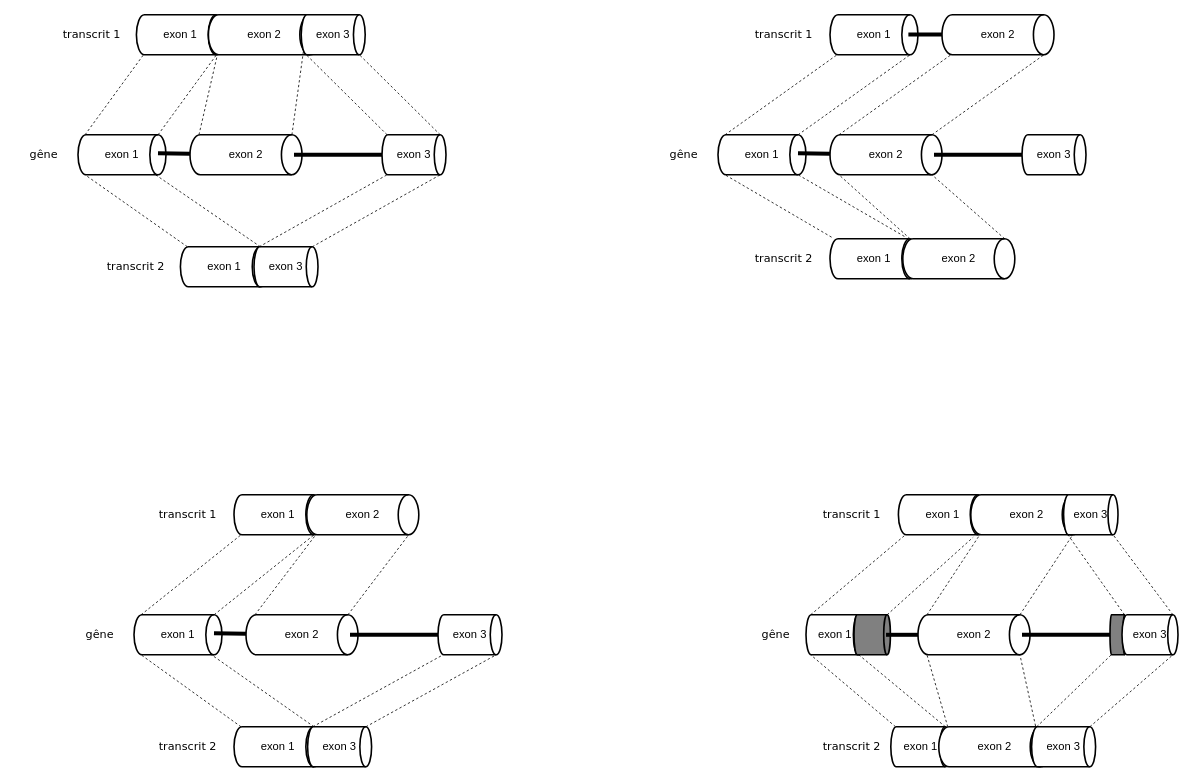
Before: theis.drawio in dondavy/thesis-draw.io, a draw.io diagram. Source tidied: cells renumbered, new cells numbered last; positions are measured from the earlier drawing's top-left corner, leaving out a move shared by most shapes. Both pictures are drawn from the tidied source at 80%, with x=0, y=0 at pixel (14, 14).
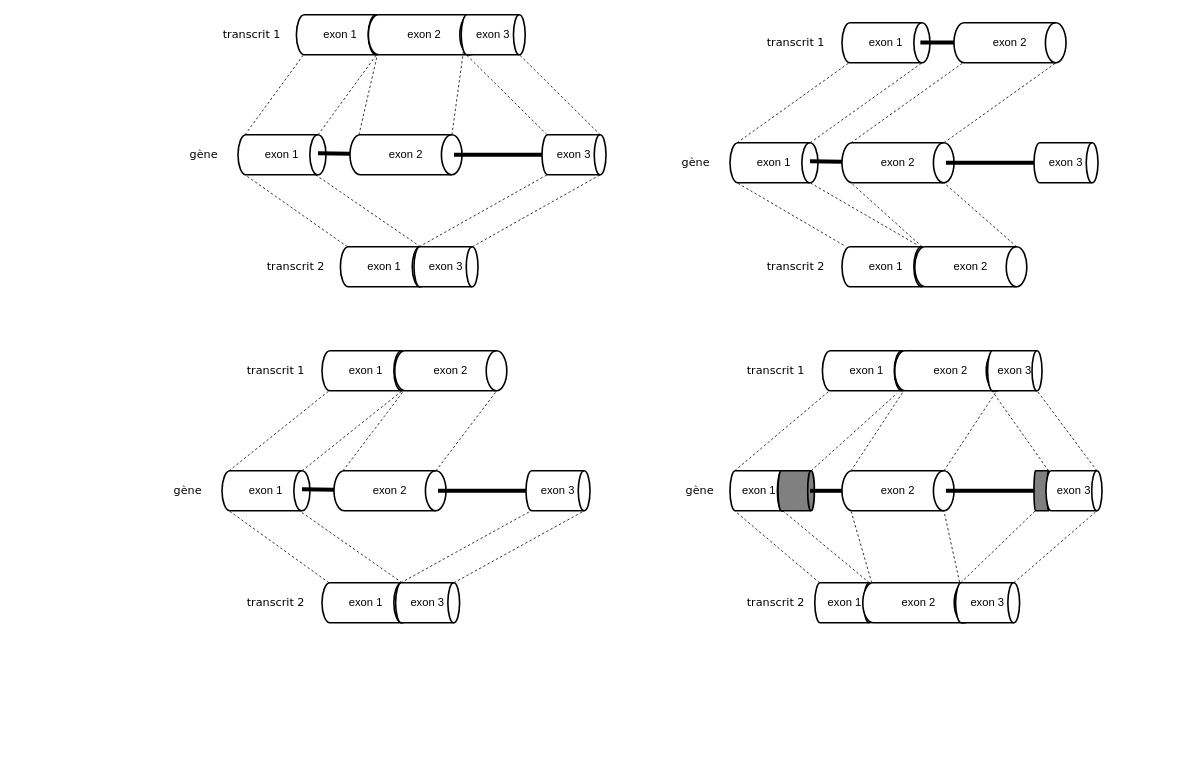
The same diagram, later.

Diff of the diagram source:
```diff
@@
     <mxCell id="2" style="strokeWidth=2;html=1;shape=mxgraph.flowchart.direct_data;whiteSpace=wrap;labelBackgroundColor=none;fillColor=#808080;fontSize=14;" parent="1" vertex="1">
-      <mxGeometry x="1370" y="750" width="20" height="50" as="geometry" />
+      <mxGeometry x="1275" y="570" width="20" height="50" as="geometry" />
     </mxCell>
     <mxCell id="3" value="exon 1" style="strokeWidth=2;html=1;shape=mxgraph.flowchart.direct_data;whiteSpace=wrap;labelBackgroundColor=none;fontSize=14;" parent="1" vertex="1">
-      <mxGeometry x="1105.5" y="600" width="110" height="50" as="geometry" />
+      <mxGeometry x="1010.5" y="420" width="110" height="50" as="geometry" />
     </mxCell>
     <mxCell id="4" value="exon 3" style="strokeWidth=2;html=1;shape=mxgraph.flowchart.direct_data;whiteSpace=wrap;labelBackgroundColor=none;fontSize=14;" parent="1" vertex="1">
-      <mxGeometry x="1385" y="750" width="70" height="50" as="geometry" />
+      <mxGeometry x="1290" y="570" width="70" height="50" as="geometry" />
     </mxCell>
     <mxCell id="5" value="exon 2" style="strokeWidth=2;html=1;shape=mxgraph.flowchart.direct_data;whiteSpace=wrap;labelBackgroundColor=none;fontSize=14;" parent="1" vertex="1">
-      <mxGeometry x="1196" y="600" width="140" height="50" as="geometry" />
+      <mxGeometry x="1101" y="420" width="140" height="50" as="geometry" />
     </mxCell>
     <mxCell id="6" value="exon 3" style="strokeWidth=2;html=1;shape=mxgraph.flowchart.direct_data;whiteSpace=wrap;labelBackgroundColor=none;fontSize=14;align=center;" parent="1" vertex="1">
-      <mxGeometry x="1312" y="600" width="68" height="50" as="geometry" />
+      <mxGeometry x="1217" y="420" width="68" height="50" as="geometry" />
     </mxCell>
     <mxCell id="7" value="exon 1" style="strokeWidth=2;html=1;shape=mxgraph.flowchart.direct_data;whiteSpace=wrap;labelBackgroundColor=none;fontSize=14;" parent="1" vertex="1">
-      <mxGeometry x="80" y="150" width="110" height="50" as="geometry" />
+      <mxGeometry x="280" y="150" width="110" height="50" as="geometry" />
     </mxCell>
     <mxCell id="8" value="exon 2" style="strokeWidth=2;html=1;shape=mxgraph.flowchart.direct_data;whiteSpace=wrap;labelBackgroundColor=none;fontSize=14;" parent="1" vertex="1">
-      <mxGeometry x="220" y="150" width="140" height="50" as="geometry" />
+      <mxGeometry x="420" y="150" width="140" height="50" as="geometry" />
     </mxCell>
     <mxCell id="9" value="exon 3" style="strokeWidth=2;html=1;shape=mxgraph.flowchart.direct_data;whiteSpace=wrap;labelBackgroundColor=none;fontSize=14;" parent="1" vertex="1">
-      <mxGeometry x="460" y="150" width="80" height="50" as="geometry" />
+      <mxGeometry x="660" y="150" width="80" height="50" as="geometry" />
     </mxCell>
     <mxCell id="10" style="endArrow=none;html=1;rounded=0;strokeWidth=5;labelBackgroundColor=none;fontColor=default;fontSize=14;" parent="1" edge="1" target="8">
       <mxGeometry relative="1" as="geometry">
-        <mxPoint x="180" y="173" as="sourcePoint" />
+        <mxPoint x="380" y="173" as="sourcePoint" />
       </mxGeometry>
     </mxCell>
     <mxCell id="11" style="endArrow=none;html=1;rounded=0;strokeWidth=5;entryX=0;entryY=0.5;entryDx=0;entryDy=0;entryPerimeter=0;labelBackgroundColor=none;fontColor=default;fontSize=14;" parent="1" edge="1" target="9">
       <mxGeometry relative="1" as="geometry">
-        <mxPoint x="350" y="175" as="sourcePoint" />
+        <mxPoint x="550" y="175" as="sourcePoint" />
       </mxGeometry>
     </mxCell>
     <mxCell id="12" value="exon 1" style="strokeWidth=2;html=1;shape=mxgraph.flowchart.direct_data;whiteSpace=wrap;labelBackgroundColor=none;fontSize=14;" parent="1" vertex="1">
-      <mxGeometry x="208" y="290" width="110" height="50" as="geometry" />
+      <mxGeometry x="408" y="290" width="110" height="50" as="geometry" />
     </mxCell>
     <mxCell id="13" value="exon 3" style="strokeWidth=2;html=1;shape=mxgraph.flowchart.direct_data;whiteSpace=wrap;labelBackgroundColor=none;fontSize=14;" parent="1" vertex="1">
-      <mxGeometry x="300" y="290" width="80" height="50" as="geometry" />
+      <mxGeometry x="500" y="290" width="80" height="50" as="geometry" />
     </mxCell>
@@
     <mxCell id="18" value="exon 1" style="strokeWidth=2;html=1;shape=mxgraph.flowchart.direct_data;whiteSpace=wrap;labelBackgroundColor=none;fontSize=14;" parent="1" vertex="1">
-      <mxGeometry x="150" y="750" width="110" height="50" as="geometry" />
+      <mxGeometry x="260" y="570" width="110" height="50" as="geometry" />
     </mxCell>
     <mxCell id="19" value="exon 2" style="strokeWidth=2;html=1;shape=mxgraph.flowchart.direct_data;whiteSpace=wrap;labelBackgroundColor=none;fontSize=14;" parent="1" vertex="1">
-      <mxGeometry x="290" y="750" width="140" height="50" as="geometry" />
+      <mxGeometry x="400" y="570" width="140" height="50" as="geometry" />
     </mxCell>
     <mxCell id="20" value="exon 3" style="strokeWidth=2;html=1;shape=mxgraph.flowchart.direct_data;whiteSpace=wrap;labelBackgroundColor=none;fontSize=14;" parent="1" vertex="1">
-      <mxGeometry x="530" y="750" width="80" height="50" as="geometry" />
+      <mxGeometry x="640" y="570" width="80" height="50" as="geometry" />
     </mxCell>
     <mxCell id="21" style="endArrow=none;html=1;rounded=0;strokeWidth=5;labelBackgroundColor=none;fontColor=default;fontSize=14;" parent="1" edge="1" target="19">
       <mxGeometry relative="1" as="geometry">
-        <mxPoint x="250" y="773" as="sourcePoint" />
+        <mxPoint x="360" y="593" as="sourcePoint" />
       </mxGeometry>
     </mxCell>
     <mxCell id="22" style="endArrow=none;html=1;rounded=0;strokeWidth=5;entryX=0;entryY=0.5;entryDx=0;entryDy=0;entryPerimeter=0;labelBackgroundColor=none;fontColor=default;fontSize=14;" parent="1" edge="1" target="20">
       <mxGeometry relative="1" as="geometry">
-        <mxPoint x="420" y="775" as="sourcePoint" />
+        <mxPoint x="530" y="595" as="sourcePoint" />
       </mxGeometry>
     </mxCell>
     <mxCell id="23" value="exon 1" style="strokeWidth=2;html=1;shape=mxgraph.flowchart.direct_data;whiteSpace=wrap;labelBackgroundColor=none;fontSize=14;" parent="1" vertex="1">
-      <mxGeometry x="275" y="890" width="110" height="50" as="geometry" />
+      <mxGeometry x="385" y="710" width="110" height="50" as="geometry" />
     </mxCell>
     <mxCell id="24" value="exon 3" style="strokeWidth=2;html=1;shape=mxgraph.flowchart.direct_data;whiteSpace=wrap;labelBackgroundColor=none;fontSize=14;" parent="1" vertex="1">
-      <mxGeometry x="367" y="890" width="80" height="50" as="geometry" />
+      <mxGeometry x="477" y="710" width="80" height="50" as="geometry" />
     </mxCell>
@@
     <mxCell id="29" value="exon 1" style="strokeWidth=2;html=1;shape=mxgraph.flowchart.direct_data;whiteSpace=wrap;labelBackgroundColor=none;fontSize=14;" parent="1" vertex="1">
-      <mxGeometry x="275" y="600" width="110" height="50" as="geometry" />
+      <mxGeometry x="385" y="420" width="110" height="50" as="geometry" />
     </mxCell>
     <mxCell id="30" value="exon 2" style="strokeWidth=2;html=1;shape=mxgraph.flowchart.direct_data;whiteSpace=wrap;labelBackgroundColor=none;fontSize=14;" parent="1" vertex="1">
-      <mxGeometry x="366" y="600" width="140" height="50" as="geometry" />
+      <mxGeometry x="476" y="420" width="140" height="50" as="geometry" />
     </mxCell>
@@
     <mxCell id="35" value="&lt;font style=&quot;font-size: 14px;&quot; face=&quot;Verdana&quot;&gt;transcrit 1&lt;/font&gt;" style="text;html=1;align=center;verticalAlign=middle;whiteSpace=wrap;rounded=0;fontSize=14;" parent="1" vertex="1">
-      <mxGeometry x="180" y="610" width="75" height="30" as="geometry" />
+      <mxGeometry x="290" y="430" width="75" height="30" as="geometry" />
     </mxCell>
     <mxCell id="36" value="&lt;font style=&quot;font-size: 14px;&quot; face=&quot;Verdana&quot;&gt;transcrit 2&lt;/font&gt;" style="text;html=1;align=center;verticalAlign=middle;whiteSpace=wrap;rounded=0;fontSize=14;" parent="1" vertex="1">
-      <mxGeometry x="180" y="900" width="75" height="30" as="geometry" />
+      <mxGeometry x="290" y="720" width="75" height="30" as="geometry" />
     </mxCell>
-    <mxCell id="37" value="&lt;font style=&quot;font-size: 14px;&quot; face=&quot;Verdana&quot;&gt;gêne&lt;/font&gt;" style="text;html=1;align=center;verticalAlign=middle;whiteSpace=wrap;rounded=0;fontSize=14;" parent="1" vertex="1">
-      <mxGeometry x="70" y="760" width="75" height="30" as="geometry" />
+    <mxCell id="37" value="&lt;font style=&quot;font-size: 14px;&quot; face=&quot;Verdana&quot;&gt;gène&lt;/font&gt;" style="text;html=1;align=center;verticalAlign=middle;whiteSpace=wrap;rounded=0;fontSize=14;" parent="1" vertex="1">
+      <mxGeometry x="180" y="580" width="75" height="30" as="geometry" />
     </mxCell>
-    <mxCell id="38" value="&lt;font style=&quot;font-size: 14px;&quot; face=&quot;Verdana&quot;&gt;gêne&lt;/font&gt;" style="text;html=1;align=center;verticalAlign=middle;whiteSpace=wrap;rounded=0;fontSize=14;" parent="1" vertex="1">
-      <mxGeometry y="160" width="75" height="30" as="geometry" />
+    <mxCell id="38" value="&lt;font style=&quot;font-size: 14px;&quot; face=&quot;Verdana&quot;&gt;gène&lt;/font&gt;" style="text;html=1;align=center;verticalAlign=middle;whiteSpace=wrap;rounded=0;fontSize=14;" parent="1" vertex="1">
+      <mxGeometry x="200" y="160" width="75" height="30" as="geometry" />
     </mxCell>
     <mxCell id="39" value="&lt;font style=&quot;font-size: 14px;&quot; face=&quot;Verdana&quot;&gt;transcrit 1&lt;/font&gt;" style="text;html=1;align=center;verticalAlign=middle;whiteSpace=wrap;rounded=0;fontSize=14;" parent="1" vertex="1">
-      <mxGeometry x="60" y="10" width="75" height="30" as="geometry" />
+      <mxGeometry x="260" y="10" width="75" height="30" as="geometry" />
     </mxCell>
     <mxCell id="40" value="exon 1" style="strokeWidth=2;html=1;shape=mxgraph.flowchart.direct_data;whiteSpace=wrap;labelBackgroundColor=none;fontSize=14;" parent="1" vertex="1">
-      <mxGeometry x="880" y="150" width="110" height="50" as="geometry" />
+      <mxGeometry x="895" y="160" width="110" height="50" as="geometry" />
     </mxCell>
     <mxCell id="41" value="exon 2" style="strokeWidth=2;html=1;shape=mxgraph.flowchart.direct_data;whiteSpace=wrap;labelBackgroundColor=none;fontSize=14;" parent="1" vertex="1">
-      <mxGeometry x="1020" y="150" width="140" height="50" as="geometry" />
+      <mxGeometry x="1035" y="160" width="140" height="50" as="geometry" />
     </mxCell>
     <mxCell id="42" value="exon 3" style="strokeWidth=2;html=1;shape=mxgraph.flowchart.direct_data;whiteSpace=wrap;labelBackgroundColor=none;fontSize=14;" parent="1" vertex="1">
-      <mxGeometry x="1260" y="150" width="80" height="50" as="geometry" />
+      <mxGeometry x="1275" y="160" width="80" height="50" as="geometry" />
     </mxCell>
     <mxCell id="43" style="endArrow=none;html=1;rounded=0;strokeWidth=5;labelBackgroundColor=none;fontColor=default;fontSize=14;" parent="1" edge="1" target="41">
       <mxGeometry relative="1" as="geometry">
-        <mxPoint x="980" y="173" as="sourcePoint" />
+        <mxPoint x="995" y="183" as="sourcePoint" />
       </mxGeometry>
     </mxCell>
     <mxCell id="44" style="endArrow=none;html=1;rounded=0;strokeWidth=5;entryX=0;entryY=0.5;entryDx=0;entryDy=0;entryPerimeter=0;labelBackgroundColor=none;fontColor=default;fontSize=14;" parent="1" edge="1" target="42">
       <mxGeometry relative="1" as="geometry">
-        <mxPoint x="1150" y="175" as="sourcePoint" />
+        <mxPoint x="1165" y="185" as="sourcePoint" />
       </mxGeometry>
     </mxCell>
     <mxCell id="45" value="exon 1" style="strokeWidth=2;html=1;shape=mxgraph.flowchart.direct_data;whiteSpace=wrap;labelBackgroundColor=none;fontSize=14;" parent="1" vertex="1">
-      <mxGeometry x="1020" width="110" height="50" as="geometry" />
+      <mxGeometry x="1035" y="10" width="110" height="50" as="geometry" />
     </mxCell>
     <mxCell id="46" value="exon 2" style="strokeWidth=2;html=1;shape=mxgraph.flowchart.direct_data;whiteSpace=wrap;labelBackgroundColor=none;fontSize=14;" parent="1" vertex="1">
-      <mxGeometry x="1160" width="140" height="50" as="geometry" />
+      <mxGeometry x="1175" y="10" width="140" height="50" as="geometry" />
     </mxCell>
@@
     <mxCell id="51" value="&lt;font style=&quot;font-size: 14px;&quot; face=&quot;Verdana&quot;&gt;transcrit 1&lt;/font&gt;" style="text;html=1;align=center;verticalAlign=middle;whiteSpace=wrap;rounded=0;fontSize=14;" parent="1" vertex="1">
-      <mxGeometry x="925" y="10" width="75" height="30" as="geometry" />
+      <mxGeometry x="940" y="20" width="75" height="30" as="geometry" />
     </mxCell>
-    <mxCell id="52" value="&lt;font style=&quot;font-size: 14px;&quot; face=&quot;Verdana&quot;&gt;gêne&lt;/font&gt;" style="text;html=1;align=center;verticalAlign=middle;whiteSpace=wrap;rounded=0;fontSize=14;" parent="1" vertex="1">
-      <mxGeometry x="800" y="160" width="75" height="30" as="geometry" />
+    <mxCell id="52" value="&lt;font style=&quot;font-size: 14px;&quot; face=&quot;Verdana&quot;&gt;gène&lt;/font&gt;" style="text;html=1;align=center;verticalAlign=middle;whiteSpace=wrap;rounded=0;fontSize=14;" parent="1" vertex="1">
+      <mxGeometry x="815" y="170" width="75" height="30" as="geometry" />
     </mxCell>
     <mxCell id="53" style="endArrow=none;html=1;rounded=0;strokeWidth=5;labelBackgroundColor=none;fontColor=default;fontSize=14;" parent="1" edge="1" target="46">
       <mxGeometry relative="1" as="geometry">
-        <mxPoint x="1118" y="24.5" as="sourcePoint" />
+        <mxPoint x="1133" y="34.5" as="sourcePoint" />
       </mxGeometry>
     </mxCell>
     <mxCell id="54" value="exon 2" style="strokeWidth=2;html=1;shape=mxgraph.flowchart.direct_data;whiteSpace=wrap;labelBackgroundColor=none;fontSize=14;" parent="1" vertex="1">
-      <mxGeometry x="1130" y="750" width="140" height="50" as="geometry" />
+      <mxGeometry x="1035" y="570" width="140" height="50" as="geometry" />
     </mxCell>
     <mxCell id="55" value="exon 1" style="strokeWidth=2;html=1;shape=mxgraph.flowchart.direct_data;whiteSpace=wrap;labelBackgroundColor=none;fontSize=14;" parent="1" vertex="1">
-      <mxGeometry x="1096" y="890" width="75" height="50" as="geometry" />
+      <mxGeometry x="1001" y="710" width="75" height="50" as="geometry" />
     </mxCell>
@@
     <mxCell id="61" value="&lt;font style=&quot;font-size: 14px;&quot; face=&quot;Verdana&quot;&gt;transcrit 1&lt;/font&gt;" style="text;html=1;align=center;verticalAlign=middle;whiteSpace=wrap;rounded=0;fontSize=14;" parent="1" vertex="1">
-      <mxGeometry x="1010" y="610" width="75" height="30" as="geometry" />
+      <mxGeometry x="915" y="430" width="75" height="30" as="geometry" />
     </mxCell>
     <mxCell id="62" value="&lt;font style=&quot;font-size: 14px;&quot; face=&quot;Verdana&quot;&gt;transcrit 2&lt;/font&gt;" style="text;html=1;align=center;verticalAlign=middle;whiteSpace=wrap;rounded=0;fontSize=14;" parent="1" vertex="1">
-      <mxGeometry x="1010" y="900" width="75" height="30" as="geometry" />
+      <mxGeometry x="915" y="720" width="75" height="30" as="geometry" />
     </mxCell>
-    <mxCell id="63" value="&lt;font style=&quot;font-size: 14px;&quot; face=&quot;Verdana&quot;&gt;gêne&lt;/font&gt;" style="text;html=1;align=center;verticalAlign=middle;whiteSpace=wrap;rounded=0;fontSize=14;" parent="1" vertex="1">
-      <mxGeometry x="915" y="760" width="75" height="30" as="geometry" />
+    <mxCell id="63" value="&lt;font style=&quot;font-size: 14px;&quot; face=&quot;Verdana&quot;&gt;gène&lt;/font&gt;" style="text;html=1;align=center;verticalAlign=middle;whiteSpace=wrap;rounded=0;fontSize=14;" parent="1" vertex="1">
+      <mxGeometry x="820" y="580" width="75" height="30" as="geometry" />
     </mxCell>
@@
     <mxCell id="67" value="exon 2" style="strokeWidth=2;html=1;shape=mxgraph.flowchart.direct_data;whiteSpace=wrap;labelBackgroundColor=none;fontSize=14;" parent="1" vertex="1">
-      <mxGeometry x="1156" y="890" width="140" height="50" as="geometry" />
+      <mxGeometry x="1061" y="710" width="140" height="50" as="geometry" />
     </mxCell>
     <mxCell id="68" value="exon 3" style="strokeWidth=2;html=1;shape=mxgraph.flowchart.direct_data;whiteSpace=wrap;labelBackgroundColor=none;fontSize=14;" parent="1" vertex="1">
-      <mxGeometry x="1272" y="890" width="80" height="50" as="geometry" />
+      <mxGeometry x="1177" y="710" width="80" height="50" as="geometry" />
     </mxCell>
@@
     <mxCell id="71" value="exon 1" style="strokeWidth=2;html=1;shape=mxgraph.flowchart.direct_data;whiteSpace=wrap;labelBackgroundColor=none;fontSize=14;" parent="1" vertex="1">
-      <mxGeometry x="153" width="110" height="50" as="geometry" />
+      <mxGeometry x="353" width="110" height="50" as="geometry" />
     </mxCell>
     <mxCell id="72" value="exon 2" style="strokeWidth=2;html=1;shape=mxgraph.flowchart.direct_data;whiteSpace=wrap;labelBackgroundColor=none;fontSize=14;" parent="1" vertex="1">
-      <mxGeometry x="243" width="140" height="50" as="geometry" />
+      <mxGeometry x="443" width="140" height="50" as="geometry" />
     </mxCell>
     <mxCell id="73" value="exon 3" style="strokeWidth=2;html=1;shape=mxgraph.flowchart.direct_data;whiteSpace=wrap;labelBackgroundColor=none;fontSize=14;" parent="1" vertex="1">
-      <mxGeometry x="359" width="80" height="50" as="geometry" />
+      <mxGeometry x="559" width="80" height="50" as="geometry" />
     </mxCell>
@@
     <mxCell id="80" value="&lt;font style=&quot;font-size: 14px;&quot; face=&quot;Verdana&quot;&gt;transcrit 2&lt;/font&gt;" style="text;html=1;align=center;verticalAlign=middle;whiteSpace=wrap;rounded=0;fontSize=14;" parent="1" vertex="1">
-      <mxGeometry x="115" y="300" width="75" height="30" as="geometry" />
+      <mxGeometry x="315" y="300" width="75" height="30" as="geometry" />
     </mxCell>
     <mxCell id="81" value="exon 1" style="strokeWidth=2;html=1;shape=mxgraph.flowchart.direct_data;whiteSpace=wrap;labelBackgroundColor=none;fontSize=14;" parent="1" vertex="1">
-      <mxGeometry x="1020" y="280" width="110" height="50" as="geometry" />
+      <mxGeometry x="1035" y="290" width="110" height="50" as="geometry" />
     </mxCell>
     <mxCell id="82" value="exon 2" style="strokeWidth=2;html=1;shape=mxgraph.flowchart.direct_data;whiteSpace=wrap;labelBackgroundColor=none;fontSize=14;" parent="1" vertex="1">
-      <mxGeometry x="1111" y="280" width="140" height="50" as="geometry" />
+      <mxGeometry x="1126" y="290" width="140" height="50" as="geometry" />
     </mxCell>
@@
     <mxCell id="87" value="&lt;font style=&quot;font-size: 14px;&quot; face=&quot;Verdana&quot;&gt;transcrit 2&lt;/font&gt;" style="text;html=1;align=center;verticalAlign=middle;whiteSpace=wrap;rounded=0;fontSize=14;" parent="1" vertex="1">
-      <mxGeometry x="925" y="290" width="75" height="30" as="geometry" />
+      <mxGeometry x="940" y="300" width="75" height="30" as="geometry" />
     </mxCell>
     <mxCell id="88" value="exon 1" style="strokeWidth=2;html=1;shape=mxgraph.flowchart.direct_data;whiteSpace=wrap;labelBackgroundColor=none;fontSize=14;" parent="1" vertex="1">
-      <mxGeometry x="990" y="750" width="72.5" height="50" as="geometry" />
+      <mxGeometry x="895" y="570" width="72.5" height="50" as="geometry" />
     </mxCell>
     <mxCell id="89" style="strokeWidth=2;html=1;shape=mxgraph.flowchart.direct_data;whiteSpace=wrap;labelBackgroundColor=none;fillColor=#808080;fontSize=14;" parent="1" vertex="1">
-      <mxGeometry x="1050" y="750" width="45.5" height="50" as="geometry" />
+      <mxGeometry x="955" y="570" width="45.5" height="50" as="geometry" />
     </mxCell>
@@
     <mxCell id="92" style="endArrow=none;html=1;rounded=0;strokeWidth=5;labelBackgroundColor=none;fontColor=default;entryX=0;entryY=0.5;entryDx=0;entryDy=0;entryPerimeter=0;fontSize=14;" parent="1" edge="1" target="2">
       <mxGeometry relative="1" as="geometry">
-        <mxPoint x="1260" y="775" as="sourcePoint" />
+        <mxPoint x="1165" y="595" as="sourcePoint" />
       </mxGeometry>
     </mxCell>
```
